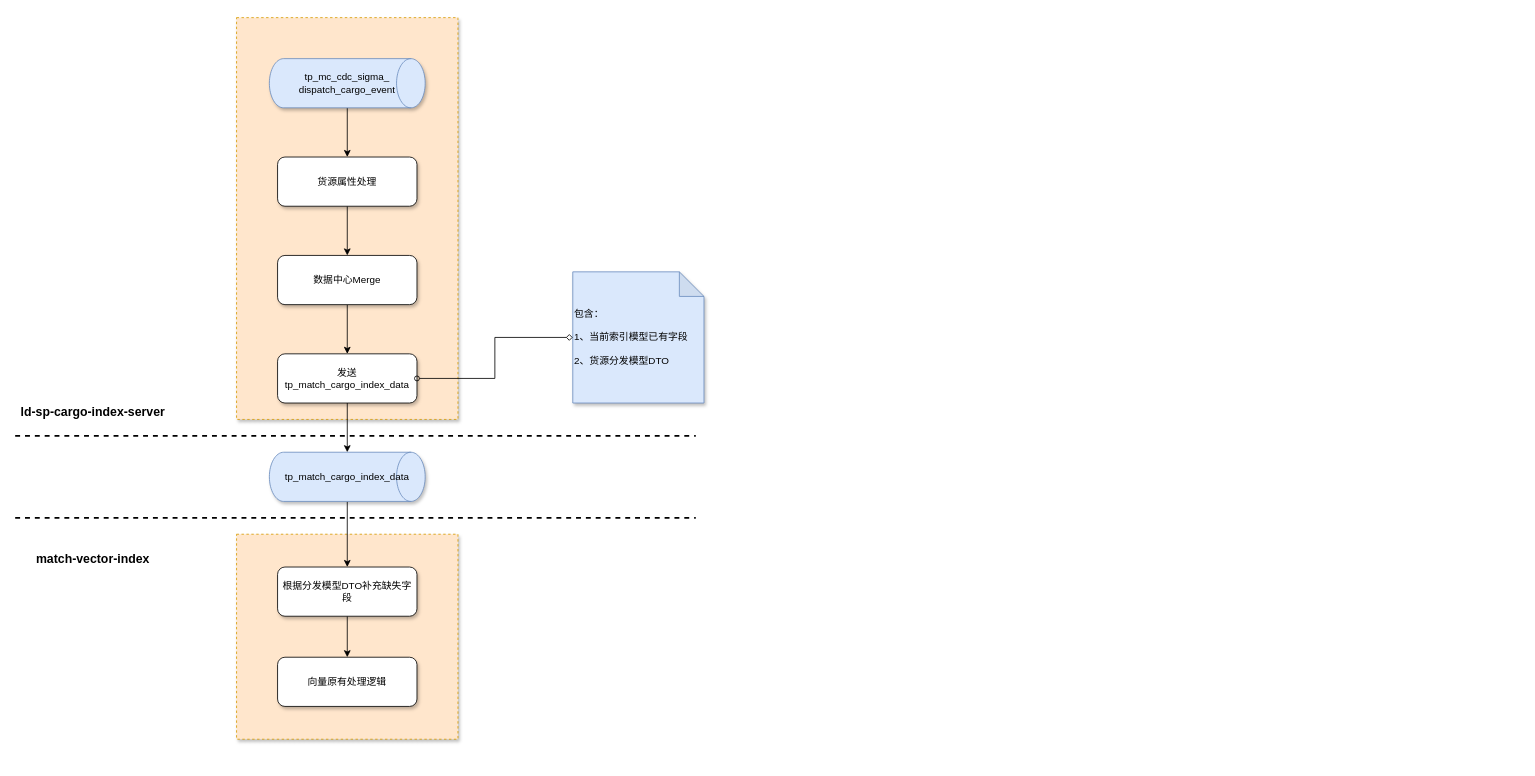
Earlier version of the draw.io diagram page "向量消费货源中转迁移" (14 of 14) of drawio/倒排模型重构.drawio (1715277231/documents). Source tidied: cells renumbered, new cells numbered last; positions are measured from the earlier drawing's top-left corner, leaving out a move shared by most shapes. Both pictures are drawn from the tidied source at 82%, with x=0, y=0 at pixel (15, 17).
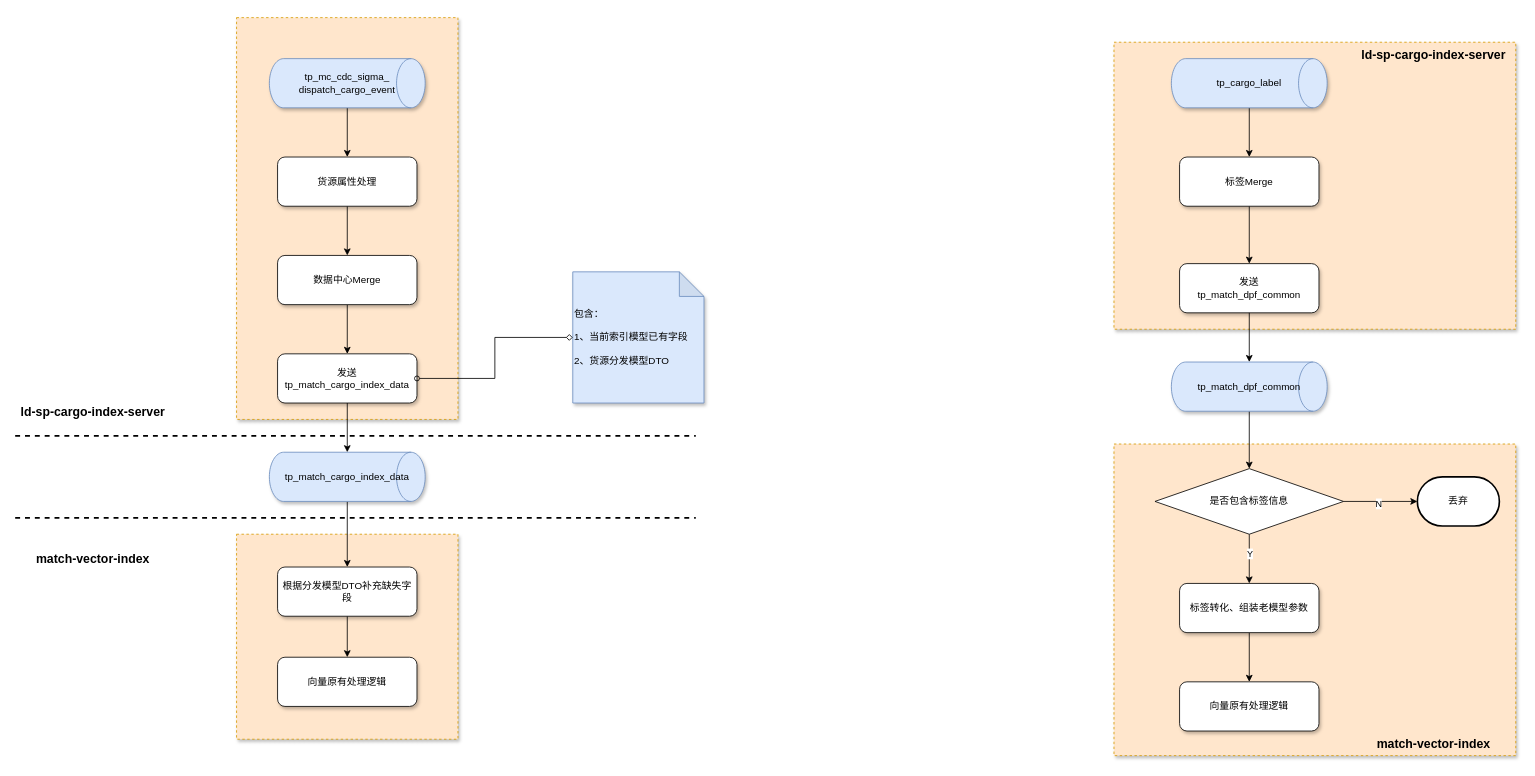
Above is the later version.

Commit message:
更新倒排模型重构.drawio

The edit, as a diff of the source:
```diff
@@
+    <mxCell id="23" style="rounded=0;whiteSpace=wrap;html=1;dashed=1;shadow=1;fillColor=#ffe6cc;strokeColor=#d79b00;" parent="1" vertex="1">
+      <mxGeometry x="1340" y="30" width="490" height="350" as="geometry" />
+    </mxCell>
@@
+    <mxCell id="24" style="edgeStyle=orthogonalEdgeStyle;rounded=0;jettySize=auto;html=1;entryX=0.5;entryY=0;entryDx=0;entryDy=0;" parent="1" edge="1" source="25" target="27">
+      <mxGeometry relative="1" as="geometry" />
+    </mxCell>
+    <mxCell id="25" value="tp_cargo_label" style="strokeWidth=1;html=1;shape=mxgraph.flowchart.direct_data;whiteSpace=wrap;shadow=1;fillColor=#dae8fc;strokeColor=#6c8ebf;" parent="1" vertex="1">
+      <mxGeometry x="1410" y="50" width="190" height="60" as="geometry" />
+    </mxCell>
+    <mxCell id="26" style="edgeStyle=orthogonalEdgeStyle;rounded=0;jettySize=auto;html=1;entryX=0.5;entryY=0;entryDx=0;entryDy=0;" parent="1" edge="1" source="27" target="28">
+      <mxGeometry relative="1" as="geometry" />
+    </mxCell>
+    <mxCell id="27" value="标签Merge" style="rounded=1;whiteSpace=wrap;html=1;shadow=1;" parent="1" vertex="1">
+      <mxGeometry x="1420" y="170" width="170" height="60" as="geometry" />
+    </mxCell>
+    <mxCell id="28" value="发送&lt;div&gt;tp_match_dpf_common&lt;/div&gt;" style="rounded=1;whiteSpace=wrap;html=1;shadow=1;" parent="1" vertex="1">
+      <mxGeometry x="1420" y="300" width="170" height="60" as="geometry" />
+    </mxCell>
+    <mxCell id="29" style="rounded=0;whiteSpace=wrap;html=1;dashed=1;shadow=1;fillColor=#ffe6cc;strokeColor=#d79b00;" parent="1" vertex="1">
+      <mxGeometry x="1340" y="520" width="490" height="380" as="geometry" />
+    </mxCell>
+    <mxCell id="30" value="向量原有处理逻辑" style="rounded=1;whiteSpace=wrap;html=1;shadow=1;" parent="1" vertex="1">
+      <mxGeometry x="1420" y="810" width="170" height="60" as="geometry" />
+    </mxCell>
+    <mxCell id="31" style="edgeStyle=orthogonalEdgeStyle;rounded=0;jettySize=auto;html=1;entryX=0.5;entryY=0;entryDx=0;entryDy=0;" parent="1" edge="1" source="32" target="35">
+      <mxGeometry relative="1" as="geometry" />
+    </mxCell>
+    <mxCell id="32" value="tp_match_dpf_common" style="strokeWidth=1;html=1;shape=mxgraph.flowchart.direct_data;whiteSpace=wrap;shadow=1;fillColor=#dae8fc;strokeColor=#6c8ebf;" parent="1" vertex="1">
+      <mxGeometry x="1410" y="420" width="190" height="60" as="geometry" />
+    </mxCell>
+    <mxCell id="33" style="edgeStyle=orthogonalEdgeStyle;rounded=0;jettySize=auto;html=1;entryX=0.5;entryY=0;entryDx=0;entryDy=0;" parent="1" edge="1" source="35" target="37">
+      <mxGeometry relative="1" as="geometry" />
+    </mxCell>
+    <mxCell id="34" value="Y" style="edgeLabel;html=1;align=center;verticalAlign=middle;" parent="33" vertex="1">
+      <mxGeometry x="-0.24" relative="1" as="geometry" />
+    </mxCell>
+    <mxCell id="35" value="是否包含标签信息" style="rhombus;whiteSpace=wrap;html=1;" parent="1" vertex="1">
+      <mxGeometry x="1390" y="550" width="230" height="80" as="geometry" />
+    </mxCell>
+    <mxCell id="36" style="edgeStyle=orthogonalEdgeStyle;rounded=0;jettySize=auto;html=1;entryX=0.5;entryY=0;entryDx=0;entryDy=0;" parent="1" edge="1" source="37" target="30">
+      <mxGeometry relative="1" as="geometry" />
+    </mxCell>
+    <mxCell id="37" value="标签转化、组装老模型参数" style="rounded=1;whiteSpace=wrap;html=1;shadow=1;" parent="1" vertex="1">
+      <mxGeometry x="1420" y="690" width="170" height="60" as="geometry" />
+    </mxCell>
+    <mxCell id="38" value="丢弃" style="strokeWidth=2;html=1;shape=mxgraph.flowchart.terminator;whiteSpace=wrap;" parent="1" vertex="1">
+      <mxGeometry x="1710" y="560" width="100" height="60" as="geometry" />
+    </mxCell>
+    <mxCell id="39" style="edgeStyle=orthogonalEdgeStyle;rounded=0;jettySize=auto;html=1;entryX=0.5;entryY=0;entryDx=0;entryDy=0;entryPerimeter=0;" parent="1" edge="1" source="28" target="32">
+      <mxGeometry relative="1" as="geometry" />
+    </mxCell>
+    <mxCell id="40" style="edgeStyle=orthogonalEdgeStyle;rounded=0;jettySize=auto;html=1;entryX=0;entryY=0.5;entryDx=0;entryDy=0;entryPerimeter=0;" parent="1" edge="1" source="35" target="38">
+      <mxGeometry relative="1" as="geometry">
+        <Array as="points">
+          <mxPoint x="1660" y="590" />
+          <mxPoint x="1660" y="590" />
+        </Array>
+      </mxGeometry>
+    </mxCell>
+    <mxCell id="41" value="N" style="edgeLabel;html=1;align=center;verticalAlign=middle;" parent="40" vertex="1">
+      <mxGeometry x="-0.07" y="-2" relative="1" as="geometry" />
+    </mxCell>
+    <mxCell id="42" value="ld-sp-cargo-index-server" style="text;html=1;align=center;verticalAlign=middle;whiteSpace=wrap;rounded=0;fontStyle=1;fontSize=15;" parent="1" vertex="1">
+      <mxGeometry x="1640" y="30" width="180" height="30" as="geometry" />
+    </mxCell>
+    <mxCell id="43" value="match-vector-index" style="text;html=1;align=center;verticalAlign=middle;whiteSpace=wrap;rounded=0;fontStyle=1;fontSize=15;" parent="1" vertex="1">
+      <mxGeometry x="1640" y="870" width="180" height="30" as="geometry" />
+    </mxCell>
```
